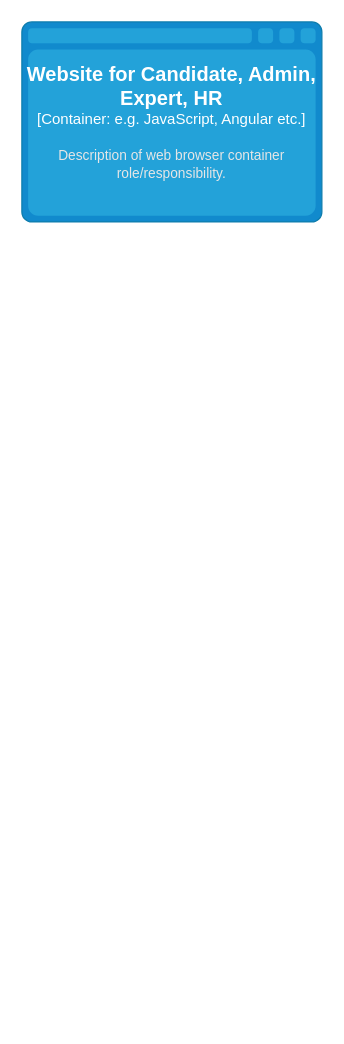
Earlier version of the draw.io diagram page "C3-Admin Container Components" (3 of 5) of Certifiable c4.drawio (architectrons/arch-kata-2025). Source tidied: cells renumbered, new cells numbered last; positions are measured from the earlier drawing's top-left corner, leaving out a move shared by most shapes. Both pictures are drawn from the tidied source at 125%, with x=0, y=0 at pixel (21, 21).
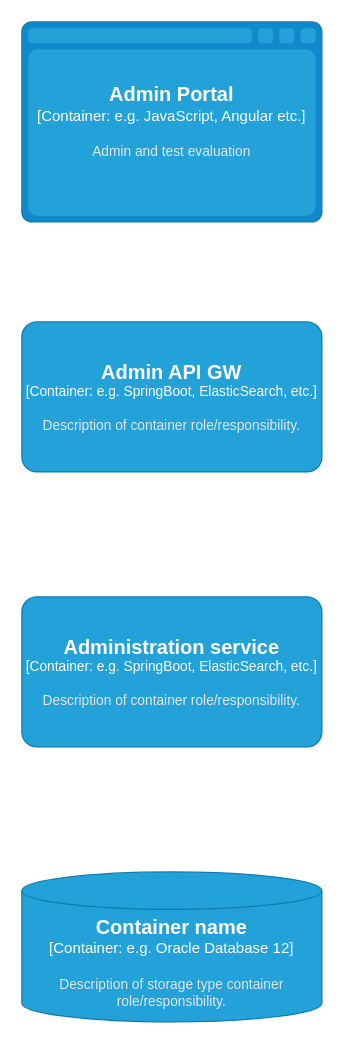
After the change.

The edit, as a diff of the source:
```diff
@@
 <mxGraphModel>
   <root>
     <mxCell id="0" />
     <mxCell id="1" parent="0" />
-    <object id="2" label="&lt;font style=&quot;font-size: 16px&quot;&gt;&lt;b&gt;%c4Name%&lt;/b&gt;&lt;/font&gt;&lt;div&gt;[%c4Type%:&amp;nbsp;%c4Technology%]&lt;/div&gt;&lt;br&gt;&lt;div&gt;&lt;font style=&quot;font-size: 11px&quot;&gt;&lt;font color=&quot;#E6E6E6&quot;&gt;%c4Description%&lt;/font&gt;&lt;/div&gt;" c4Description="Description of web browser container role/responsibility." c4Name="Website for Candidate, Admin, Expert, HR" c4Technology="e.g. JavaScript, Angular etc." c4Type="Container" placeholders="1">
+    <object id="2" label="&lt;font style=&quot;font-size: 16px&quot;&gt;&lt;b&gt;%c4Name%&lt;/b&gt;&lt;/font&gt;&lt;div&gt;[%c4Type%:&amp;nbsp;%c4Technology%]&lt;/div&gt;&lt;br&gt;&lt;div&gt;&lt;font style=&quot;font-size: 11px&quot;&gt;&lt;font color=&quot;#E6E6E6&quot;&gt;%c4Description%&lt;/font&gt;&lt;/div&gt;" c4Description="Admin and test evaluation" c4Name="Admin Portal" c4Technology="e.g. JavaScript, Angular etc." c4Type="Container" placeholders="1">
       <mxCell style="shape=mxgraph.c4.webBrowserContainer2;whiteSpace=wrap;html=1;boundedLbl=1;rounded=0;labelBackgroundColor=none;strokeColor=#118ACD;fillColor=#23A2D9;strokeColor=#118ACD;strokeColor2=#0E7DAD;fontSize=12;fontColor=#ffffff;align=center;" parent="1" vertex="1">
         <mxGeometry width="240" height="160" as="geometry" />
       </mxCell>
     </object>
+    <object id="3" label="&lt;font style=&quot;font-size: 16px&quot;&gt;&lt;b&gt;%c4Name%&lt;/b&gt;&lt;/font&gt;&lt;div&gt;[%c4Type%: %c4Technology%]&lt;/div&gt;&lt;br&gt;&lt;div&gt;&lt;font style=&quot;font-size: 11px&quot;&gt;&lt;font color=&quot;#E6E6E6&quot;&gt;%c4Description%&lt;/font&gt;&lt;/div&gt;" c4Description="Description of container role/responsibility." c4Name="Admin API GW" c4Technology="e.g. SpringBoot, ElasticSearch, etc." c4Type="Container" placeholders="1">
+      <mxCell style="rounded=1;whiteSpace=wrap;html=1;fontSize=11;labelBackgroundColor=none;fillColor=#23A2D9;fontColor=#ffffff;align=center;arcSize=10;strokeColor=#0E7DAD;" parent="1" vertex="1">
+        <mxGeometry y="240" width="240" height="120" as="geometry" />
+      </mxCell>
+    </object>
+    <object id="4" label="&lt;font style=&quot;font-size: 16px&quot;&gt;&lt;b&gt;%c4Name%&lt;/b&gt;&lt;/font&gt;&lt;div&gt;[%c4Type%: %c4Technology%]&lt;/div&gt;&lt;br&gt;&lt;div&gt;&lt;font style=&quot;font-size: 11px&quot;&gt;&lt;font color=&quot;#E6E6E6&quot;&gt;%c4Description%&lt;/font&gt;&lt;/div&gt;" c4Description="Description of container role/responsibility." c4Name="Administration service" c4Technology="e.g. SpringBoot, ElasticSearch, etc." c4Type="Container" placeholders="1">
+      <mxCell style="rounded=1;whiteSpace=wrap;html=1;fontSize=11;labelBackgroundColor=none;fillColor=#23A2D9;fontColor=#ffffff;align=center;arcSize=10;strokeColor=#0E7DAD;" parent="1" vertex="1">
+        <mxGeometry y="460" width="240" height="120" as="geometry" />
+      </mxCell>
+    </object>
+    <object id="5" label="&lt;font style=&quot;font-size: 16px&quot;&gt;&lt;b&gt;%c4Name%&lt;/b&gt;&lt;/font&gt;&lt;div&gt;[%c4Type%:&amp;nbsp;%c4Technology%]&lt;/div&gt;&lt;br&gt;&lt;div&gt;&lt;font style=&quot;font-size: 11px&quot;&gt;&lt;font color=&quot;#E6E6E6&quot;&gt;%c4Description%&lt;/font&gt;&lt;/div&gt;" c4Description="Description of storage type container role/responsibility." c4Name="Container name" c4Technology="e.g. Oracle Database 12" c4Type="Container" placeholders="1">
+      <mxCell style="shape=cylinder3;size=15;whiteSpace=wrap;html=1;boundedLbl=1;rounded=0;labelBackgroundColor=none;fillColor=#23A2D9;fontSize=12;fontColor=#ffffff;align=center;strokeColor=#0E7DAD;" parent="1" vertex="1">
+        <mxGeometry y="680" width="240" height="120" as="geometry" />
+      </mxCell>
+    </object>
   </root>
 </mxGraphModel>
```
